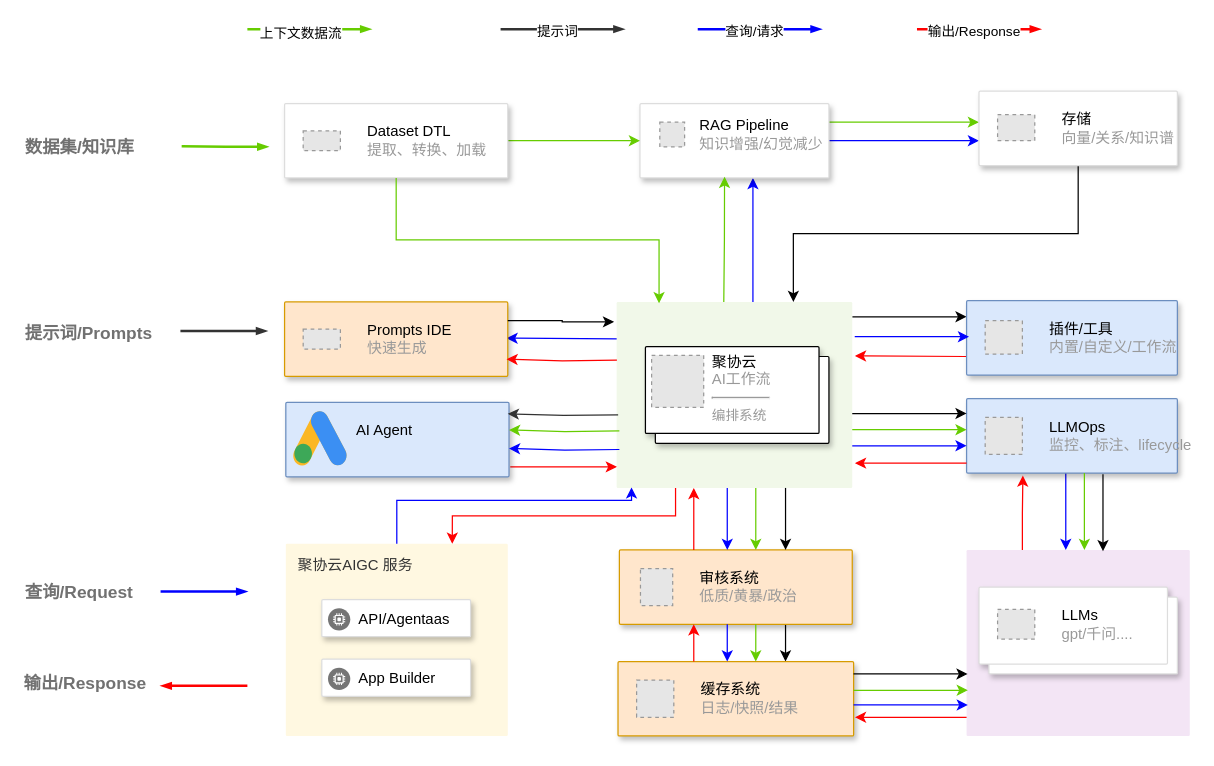
Before: ai_agent.drawio in hijimo/flow-pics, a draw.io diagram. Source tidied: cells renumbered, new cells numbered last; positions are measured from the earlier drawing's top-left corner, leaving out a move shared by most shapes. Both pictures are drawn from the tidied source at 124%, with x=0, y=0 at pixel (21, 29). Pictures stored in the file or linked from it are replaced by grey dashed boxes.
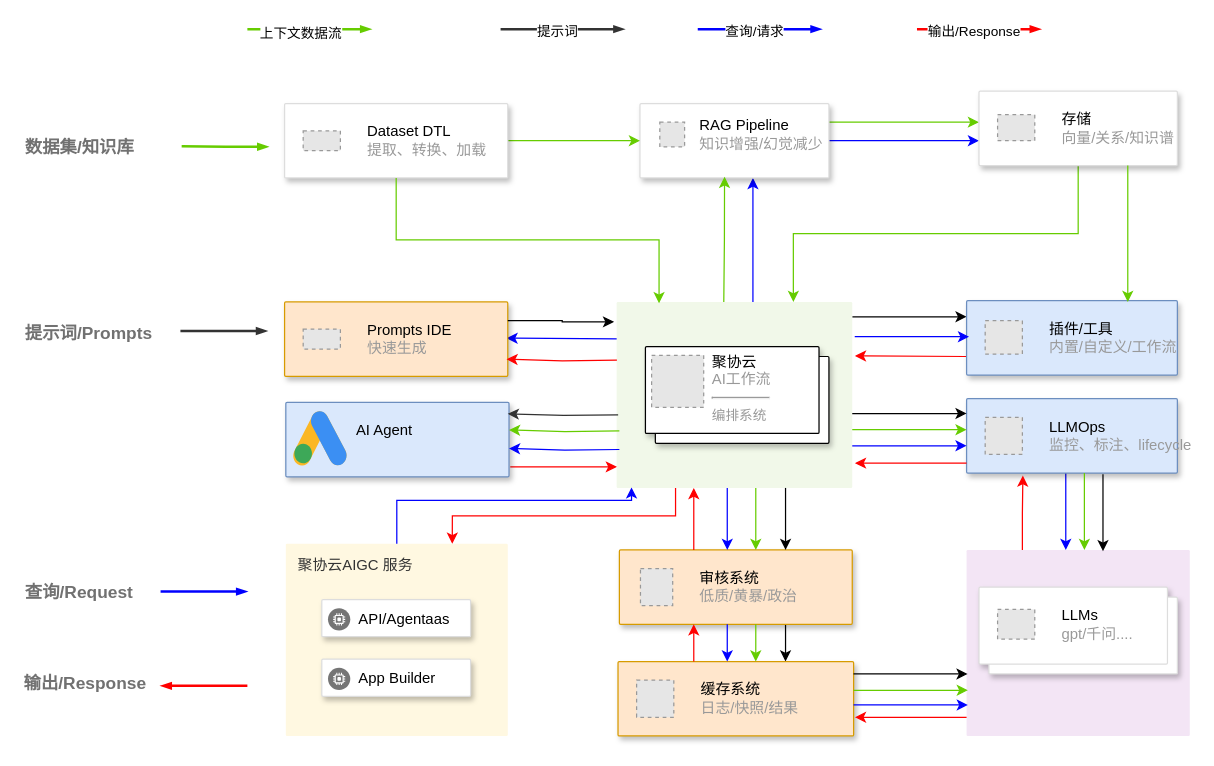
The same diagram, later.

Unchanged cells that the change refers to:
```xml
<mxCell id="5" style="rounded=1;absoluteArcSize=1;arcSize=2;html=1;strokeColor=none;gradientColor=none;shadow=0;dashed=0;fontSize=12;fontColor=#333333;align=center;verticalAlign=top;spacing=10;spacingTop=-4;fillColor=#F1F8E9;" parent="1" vertex="1">
  <mxGeometry x="479.8" y="220" width="190" height="150" as="geometry" />
</mxCell>
<mxCell id="26" style="strokeColor=#dddddd;shadow=1;strokeWidth=1;rounded=1;absoluteArcSize=1;arcSize=2;" parent="1" vertex="1">
  <mxGeometry x="772" y="50" width="160" height="60" as="geometry" />
</mxCell>
```

The edit, as a diff of the source:
```diff
@@
-    <mxCell id="25" style="edgeStyle=orthogonalEdgeStyle;rounded=0;jettySize=auto;html=1;exitX=0.5;exitY=1;exitDx=0;exitDy=0;entryX=0.75;entryY=0;entryDx=0;entryDy=0;" parent="1" edge="1" source="26" target="5">
+    <mxCell id="25" style="edgeStyle=orthogonalEdgeStyle;rounded=0;jettySize=auto;html=1;exitX=0.5;exitY=1;exitDx=0;exitDy=0;entryX=0.75;entryY=0;entryDx=0;entryDy=0;strokeColor=#66CC00;" parent="1" edge="1" source="26" target="5">
       <mxGeometry relative="1" as="geometry" />
     </mxCell>
@@
+    <mxCell id="86" style="edgeStyle=orthogonalEdgeStyle;rounded=0;jettySize=auto;html=1;exitX=0.75;exitY=1;exitDx=0;exitDy=0;strokeColor=#66CC00;" parent="1" edge="1" source="26">
+      <mxGeometry relative="1" as="geometry">
+        <mxPoint x="892" y="220" as="targetPoint" />
+      </mxGeometry>
+    </mxCell>
```
